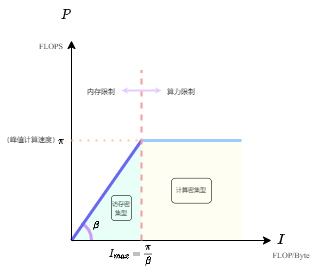
This is DeepLearning/Inference/Images/Roof-line.png from Heart-Sniper/Notes, a draw.io export, as it was before one commit. Source tidied: cells renumbered, new cells last; positions are measured from the earlier drawing's top-left corner, leaving out a move shared by most shapes.
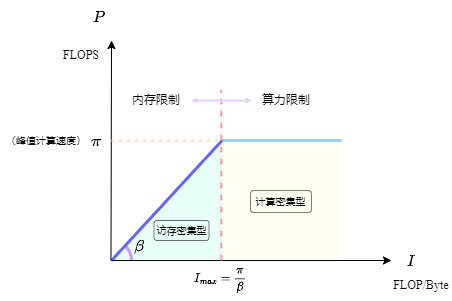
After the change.

Change to the diagram source:
```diff
@@ -3,95 +3,89 @@
     <mxCell id="0" />
     <mxCell id="1" parent="0" />
     <mxCell id="2" style="verticalLabelPosition=bottom;verticalAlign=top;html=1;shape=mxgraph.basic.orthogonal_triangle;strokeColor=none;strokeWidth=3;fontFamily=Times New Roman;fontSize=7;fillColor=#E8FFF7;rotation=-90;" parent="1" vertex="1">
-      <mxGeometry x="54.8" y="155.2" width="100.3" height="69.9" as="geometry" />
+      <mxGeometry x="24.9" y="443.5" width="120.6" height="112.1" as="geometry" />
     </mxCell>
     <mxCell id="3" style="whiteSpace=wrap;html=1;strokeColor=none;strokeWidth=3;fontFamily=Times New Roman;fontSize=7;fillColor=#FEFFF2;" parent="1" vertex="1">
-      <mxGeometry x="140" y="140" width="100" height="100" as="geometry" />
+      <mxGeometry x="140" y="440" width="120" height="120" as="geometry" />
     </mxCell>
-    <mxCell id="4" style="verticalLabelPosition=bottom;verticalAlign=top;html=1;shape=mxgraph.basic.arc;startAngle=0.08262467026928395;endAngle=0.2459716214140738;fontFamily=Times New Roman;fontSize=10;strokeColor=#CC99FF;strokeWidth=3;" parent="1" vertex="1">
-      <mxGeometry x="50" y="220" width="40" height="40" as="geometry" />
+    <mxCell id="4" style="verticalLabelPosition=bottom;verticalAlign=top;html=1;shape=mxgraph.basic.arc;startAngle=0.12017859836408781;endAngle=0.2459716214140738;fontFamily=Times New Roman;fontSize=10;strokeColor=#CC99FF;strokeWidth=3;" parent="1" vertex="1">
+      <mxGeometry x="10" y="540" width="40" height="40" as="geometry" />
     </mxCell>
-    <mxCell id="5" style="endArrow=none;html=1;strokeColor=#6666FF;strokeWidth=3;" parent="1" edge="1">
+    <mxCell id="5" style="endArrow=none;html=1;strokeColor=#6666FF;strokeWidth=3;entryX=1;entryY=1;entryDx=0;entryDy=0;entryPerimeter=0;" parent="1" edge="1" target="2">
       <mxGeometry relative="1" as="geometry">
-        <mxPoint x="70" y="240" as="sourcePoint" />
-        <mxPoint x="140" y="140" as="targetPoint" />
+        <mxPoint x="30" y="560" as="sourcePoint" />
       </mxGeometry>
     </mxCell>
     <mxCell id="6" style="endArrow=classic;html=1;" parent="1" edge="1">
       <mxGeometry relative="1" as="geometry">
-        <mxPoint x="70" y="240" as="sourcePoint" />
-        <mxPoint x="270" y="240" as="targetPoint" />
+        <mxPoint x="30" y="560" as="sourcePoint" />
+        <mxPoint x="310" y="560" as="targetPoint" />
       </mxGeometry>
     </mxCell>
     <mxCell id="7" style="endArrow=classic;html=1;" parent="1" edge="1">
       <mxGeometry relative="1" as="geometry">
-        <mxPoint x="70" y="240" as="sourcePoint" />
-        <mxPoint x="70" y="40" as="targetPoint" />
+        <mxPoint x="29.5" y="560" as="sourcePoint" />
+        <mxPoint x="30" y="340" as="targetPoint" />
       </mxGeometry>
     </mxCell>
-    <mxCell id="8" style="endArrow=none;html=1;strokeColor=#99CCFF;strokeWidth=3;rounded=1;sourcePerimeterSpacing=7;startSize=28;" parent="1" edge="1">
+    <mxCell id="8" style="endArrow=none;html=1;strokeColor=#99CCFF;strokeWidth=3;rounded=1;sourcePerimeterSpacing=7;startSize=28;entryX=1;entryY=0;entryDx=0;entryDy=0;" parent="1" edge="1" target="3">
       <mxGeometry relative="1" as="geometry">
-        <mxPoint x="140" y="140" as="sourcePoint" />
-        <mxPoint x="240" y="140" as="targetPoint" />
+        <mxPoint x="141.1" y="440" as="sourcePoint" />
       </mxGeometry>
     </mxCell>
-    <mxCell id="9" value="&lt;font style=&quot;font-size: 14px;&quot; face=&quot;Times New Roman&quot;&gt;$$I$$&lt;/font&gt;" style="text;html=1;strokeColor=none;fillColor=none;align=center;verticalAlign=middle;whiteSpace=wrap;rounded=0;" parent="1" vertex="1">
-      <mxGeometry x="260" y="230" width="40" height="20" as="geometry" />
+    <mxCell id="9" value="&lt;font style=&quot;font-size: 16px;&quot; face=&quot;Times New Roman&quot;&gt;$$I$$&lt;/font&gt;" style="text;html=1;strokeColor=none;fillColor=none;align=center;verticalAlign=middle;whiteSpace=wrap;rounded=0;" parent="1" vertex="1">
+      <mxGeometry x="310" y="550" width="40" height="20" as="geometry" />
     </mxCell>
     <mxCell id="10" style="endArrow=none;dashed=1;html=1;rounded=1;strokeColor=#FF9999;strokeWidth=2;fontFamily=Times New Roman;startSize=28;sourcePerimeterSpacing=7;" parent="1" edge="1">
       <mxGeometry relative="1" as="geometry">
-        <mxPoint x="140" y="240" as="sourcePoint" />
-        <mxPoint x="140" y="70" as="targetPoint" />
+        <mxPoint x="139.8" y="560" as="sourcePoint" />
+        <mxPoint x="139.8" y="390" as="targetPoint" />
       </mxGeometry>
     </mxCell>
-    <mxCell id="11" value="&lt;font style=&quot;font-size: 10px;&quot;&gt;$$I_{max}=\frac{\pi}{\beta}$$&lt;/font&gt;" style="text;html=1;strokeColor=none;fillColor=none;align=center;verticalAlign=middle;whiteSpace=wrap;rounded=0;fontFamily=Times New Roman;" parent="1" vertex="1">
-      <mxGeometry x="100" y="245" width="60" height="20" as="geometry" />
+    <mxCell id="11" value="&lt;font style=&quot;font-size: 12px;&quot;&gt;$$I_{max}=\frac{\pi}{\beta}$$&lt;/font&gt;" style="text;html=1;strokeColor=none;fillColor=none;align=center;verticalAlign=middle;whiteSpace=wrap;rounded=0;fontFamily=Times New Roman;" parent="1" vertex="1">
+      <mxGeometry x="109" y="570" width="60" height="20" as="geometry" />
     </mxCell>
-    <mxCell id="12" value="&lt;div style=&quot;text-align: justify;&quot;&gt;$$P$$&lt;/div&gt;" style="text;whiteSpace=wrap;html=1;fontSize=14;fontFamily=Times New Roman;align=center;" parent="1" vertex="1">
-      <mxGeometry x="40" width="50" height="30" as="geometry" />
+    <mxCell id="12" value="&lt;div style=&quot;text-align: justify;&quot;&gt;&lt;font style=&quot;font-size: 16px;&quot;&gt;$$P$$&lt;/font&gt;&lt;/div&gt;" style="text;whiteSpace=wrap;html=1;fontSize=14;fontFamily=Times New Roman;align=center;" parent="1" vertex="1">
+      <mxGeometry x="-7.5" y="300" width="50" height="30" as="geometry" />
     </mxCell>
-    <mxCell id="13" value="&lt;font style=&quot;font-size: 8px;&quot;&gt;FLOPS&lt;/font&gt;" style="text;html=1;strokeColor=none;fillColor=none;align=center;verticalAlign=middle;whiteSpace=wrap;rounded=0;fontFamily=Times New Roman;fontSize=14;" parent="1" vertex="1">
-      <mxGeometry x="20" y="30" width="60" height="30" as="geometry" />
+    <mxCell id="13" value="&lt;font style=&quot;font-size: 12px;&quot;&gt;FLOPS&lt;/font&gt;" style="text;html=1;strokeColor=none;fillColor=none;align=center;verticalAlign=middle;whiteSpace=wrap;rounded=0;fontFamily=Times New Roman;fontSize=14;" parent="1" vertex="1">
+      <mxGeometry x="-30" y="340" width="60" height="30" as="geometry" />
     </mxCell>
-    <mxCell id="14" value="FLOP/Byte" style="text;html=1;strokeColor=none;fillColor=none;align=center;verticalAlign=middle;whiteSpace=wrap;rounded=0;fontFamily=Times New Roman;fontSize=8;" parent="1" vertex="1">
-      <mxGeometry x="260" y="240" width="60" height="30" as="geometry" />
+    <mxCell id="14" value="&lt;font style=&quot;font-size: 12px;&quot;&gt;FLOP/Byte&lt;/font&gt;" style="text;html=1;strokeColor=none;fillColor=none;align=center;verticalAlign=middle;whiteSpace=wrap;rounded=0;fontFamily=Times New Roman;fontSize=8;" parent="1" vertex="1">
+      <mxGeometry x="310" y="570" width="60" height="30" as="geometry" />
     </mxCell>
     <mxCell id="15" style="endArrow=none;dashed=1;html=1;dashPattern=1 3;strokeWidth=2;rounded=1;strokeColor=#FFCC99;fontFamily=Times New Roman;fontSize=8;startSize=28;sourcePerimeterSpacing=7;" parent="1" edge="1">
       <mxGeometry relative="1" as="geometry">
-        <mxPoint x="70" y="140" as="sourcePoint" />
-        <mxPoint x="140" y="140" as="targetPoint" />
+        <mxPoint x="30" y="440" as="sourcePoint" />
+        <mxPoint x="140" y="440" as="targetPoint" />
       </mxGeometry>
     </mxCell>
-    <mxCell id="16" value="&lt;font style=&quot;font-size: 10px;&quot;&gt;$$\pi$$&lt;/font&gt;" style="text;html=1;strokeColor=none;fillColor=none;align=center;verticalAlign=middle;whiteSpace=wrap;rounded=0;fontFamily=Times New Roman;fontSize=8;" parent="1" vertex="1">
-      <mxGeometry x="50" y="130" width="20" height="20" as="geometry" />
+    <mxCell id="16" value="&lt;font style=&quot;font-size: 16px;&quot;&gt;$$\pi$$&lt;/font&gt;" style="text;html=1;strokeColor=none;fillColor=none;align=center;verticalAlign=middle;whiteSpace=wrap;rounded=0;fontFamily=Times New Roman;fontSize=8;" parent="1" vertex="1">
+      <mxGeometry x="4.9" y="430" width="20" height="20" as="geometry" />
     </mxCell>
-    <mxCell id="17" value="&lt;font style=&quot;font-size: 10px;&quot;&gt;$$\beta$$&lt;/font&gt;" style="text;html=1;strokeColor=none;fillColor=none;align=center;verticalAlign=middle;whiteSpace=wrap;rounded=0;fontFamily=Times New Roman;fontSize=8;" parent="1" vertex="1">
-      <mxGeometry x="80" y="210" width="30" height="30" as="geometry" />
+    <mxCell id="17" value="&lt;font style=&quot;font-size: 16px;&quot;&gt;$$\beta$$&lt;/font&gt;" style="text;html=1;strokeColor=none;fillColor=none;align=center;verticalAlign=middle;whiteSpace=wrap;rounded=0;fontFamily=Times New Roman;fontSize=8;" parent="1" vertex="1">
+      <mxGeometry x="42.5" y="530" width="30" height="30" as="geometry" />
     </mxCell>
     <mxCell id="18" style="endArrow=classic;startArrow=classic;html=1;rounded=1;strokeColor=#E5CCFF;strokeWidth=2;fontFamily=Times New Roman;fontSize=10;startSize=0;sourcePerimeterSpacing=0;endSize=0;" parent="1" edge="1">
       <mxGeometry relative="1" as="geometry">
-        <mxPoint x="120" y="90" as="sourcePoint" />
-        <mxPoint x="160" y="90" as="targetPoint" />
-        <Array as="points">
-          <mxPoint x="130" y="90" />
-          <mxPoint x="140" y="90" />
-        </Array>
+        <mxPoint x="110" y="400" as="sourcePoint" />
+        <mxPoint x="170" y="400" as="targetPoint" />
       </mxGeometry>
     </mxCell>
-    <mxCell id="19" value="&lt;font style=&quot;font-size: 7px;&quot;&gt;内存限制&lt;/font&gt;" style="text;html=1;strokeColor=none;fillColor=none;align=center;verticalAlign=middle;whiteSpace=wrap;rounded=0;strokeWidth=3;fontFamily=Times New Roman;fontSize=10;" parent="1" vertex="1">
-      <mxGeometry x="80" y="80" width="40" height="20" as="geometry" />
+    <mxCell id="19" value="&lt;span style=&quot;font-size: 12px;&quot;&gt;内存限制&lt;/span&gt;" style="text;html=1;strokeColor=none;fillColor=none;align=center;verticalAlign=middle;whiteSpace=wrap;rounded=0;strokeWidth=3;fontFamily=Times New Roman;fontSize=10;" parent="1" vertex="1">
+      <mxGeometry x="50" y="390" width="50" height="20" as="geometry" />
     </mxCell>
-    <mxCell id="20" value="&lt;span style=&quot;font-size: 7px;&quot;&gt;算力限制&lt;/span&gt;" style="text;html=1;strokeColor=none;fillColor=none;align=center;verticalAlign=middle;whiteSpace=wrap;rounded=0;strokeWidth=3;fontFamily=Times New Roman;fontSize=10;" parent="1" vertex="1">
-      <mxGeometry x="160" y="80" width="40" height="20" as="geometry" />
+    <mxCell id="20" value="&lt;span style=&quot;font-size: 12px;&quot;&gt;算力限制&lt;/span&gt;" style="text;html=1;strokeColor=none;fillColor=none;align=center;verticalAlign=middle;whiteSpace=wrap;rounded=0;strokeWidth=3;fontFamily=Times New Roman;fontSize=10;" parent="1" vertex="1">
+      <mxGeometry x="180" y="390" width="50" height="20" as="geometry" />
     </mxCell>
-    <mxCell id="21" value="（峰值计算速度）" style="text;html=1;strokeColor=none;fillColor=none;align=center;verticalAlign=middle;whiteSpace=wrap;rounded=0;strokeWidth=3;fontFamily=Times New Roman;fontSize=7;" parent="1" vertex="1">
-      <mxGeometry y="130" width="60" height="20" as="geometry" />
+    <mxCell id="21" value="&lt;span style=&quot;font-size: 10px;&quot;&gt;（峰值计算速度）&lt;/span&gt;" style="text;html=1;strokeColor=none;fillColor=none;align=center;verticalAlign=middle;whiteSpace=wrap;rounded=0;strokeWidth=3;fontFamily=Times New Roman;fontSize=7;" parent="1" vertex="1">
+      <mxGeometry x="-80" y="430" width="90" height="20" as="geometry" />
     </mxCell>
-    <mxCell id="22" value="&lt;font style=&quot;font-size: 6px;&quot;&gt;访存密集型&lt;/font&gt;" style="rounded=1;whiteSpace=wrap;html=1;strokeColor=#000000;strokeWidth=0.5;fontFamily=Times New Roman;fontSize=7;fillColor=none;" parent="1" vertex="1">
-      <mxGeometry x="110" y="195" width="20" height="25" as="geometry" />
+    <mxCell id="22" value="&lt;font style=&quot;font-size: 10px;&quot;&gt;访存密集型&lt;/font&gt;" style="rounded=1;whiteSpace=wrap;html=1;strokeColor=#000000;strokeWidth=0.5;fontFamily=Times New Roman;fontSize=7;fillColor=none;" parent="1" vertex="1">
+      <mxGeometry x="72.5" y="520" width="55" height="20" as="geometry" />
     </mxCell>
-    <mxCell id="23" value="&lt;font style=&quot;font-size: 6px;&quot;&gt;计算密集型&lt;/font&gt;" style="rounded=1;whiteSpace=wrap;html=1;strokeColor=#000000;strokeWidth=0.5;fontFamily=Times New Roman;fontSize=7;fillColor=none;" parent="1" vertex="1">
-      <mxGeometry x="170" y="177.7" width="40" height="25" as="geometry" />
+    <mxCell id="23" value="&lt;span style=&quot;font-size: 10px;&quot;&gt;计算密集型&lt;/span&gt;" style="rounded=1;whiteSpace=wrap;html=1;strokeColor=#000000;strokeWidth=0.5;fontFamily=Times New Roman;fontSize=7;fillColor=none;" parent="1" vertex="1">
+      <mxGeometry x="169" y="490" width="61" height="22" as="geometry" />
     </mxCell>
   </root>
 </mxGraphModel>
```
